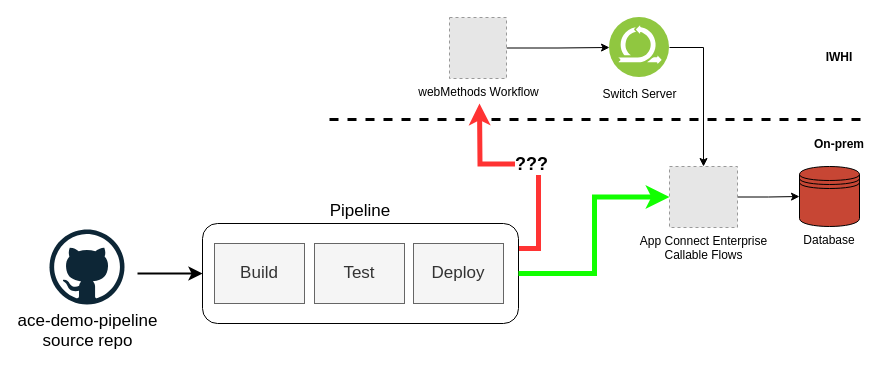
Before: demo-infrastructure/images/iwhi-diagram-with-pipeline.drawio in ot4i/ace-demo-pipeline, a draw.io diagram. Source tidied: cells renumbered, new cells numbered last; positions are measured from the earlier drawing's top-left corner, leaving out a move shared by most shapes. Both pictures are drawn from the tidied source at 100%, with x=0, y=0 at pixel (49, 17). Pictures stored in the file or linked from it are replaced by grey dashed boxes.
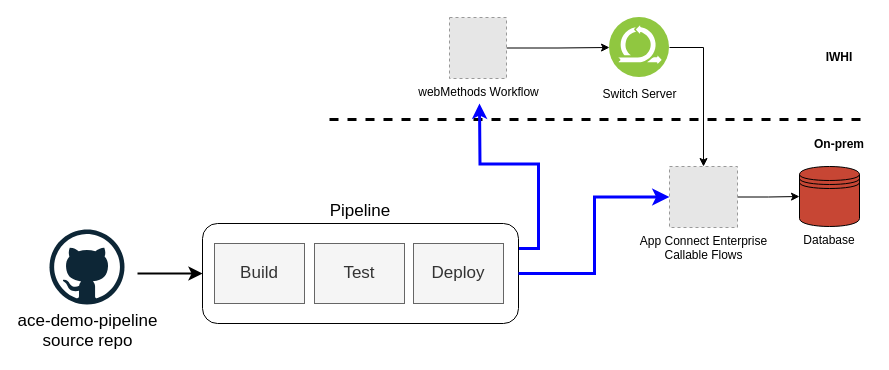
The same page after the edit.

Commit message (it also covers changes not shown here):
Updated pipeline diagram

The change refers to these unchanged cells:
```xml
<mxCell id="3" value="App Connect Enterprise&lt;div&gt;Callable Flows&lt;/div&gt;" style="fillColor=#E6E6E6;strokeColor=#999999;dashed=1;html=1;verticalLabelPosition=bottom;verticalAlign=top;" parent="1" vertex="1">
  <mxGeometry x="620" y="149" width="68" height="61" as="geometry" />
</mxCell>
<mxCell id="13" value="Pipeline" style="rounded=1;whiteSpace=wrap;html=1;fontSize=17;fontStyle=0;labelPosition=center;verticalLabelPosition=top;align=center;verticalAlign=bottom;" parent="1" vertex="1">
  <mxGeometry x="153" y="206" width="316" height="100" as="geometry" />
</mxCell>
```

The edit, as a diff of the source:
```diff
@@
-    <mxCell id="12" value="&lt;b&gt;&lt;font style=&quot;font-size: 18px;&quot;&gt;???&lt;/font&gt;&lt;/b&gt;" style="edgeStyle=orthogonalEdgeStyle;rounded=0;jettySize=auto;html=1;exitX=1;exitY=0.25;exitDx=0;exitDy=0;strokeColor=#FF3333;strokeWidth=5;" parent="1" edge="1" source="13">
+    <mxCell id="12" style="edgeStyle=orthogonalEdgeStyle;rounded=0;jettySize=auto;html=1;exitX=1;exitY=0.25;exitDx=0;exitDy=0;strokeColor=light-dark(#0000FF,#FF7777);strokeWidth=3;" parent="1" edge="1" source="13">
       <mxGeometry relative="1" as="geometry">
         <mxPoint x="430" y="86" as="targetPoint" />
       </mxGeometry>
     </mxCell>
@@
-    <mxCell id="19" style="edgeStyle=elbowEdgeStyle;elbow=horizontal;endArrow=classic;html=1;curved=0;rounded=0;endSize=8;startSize=8;exitX=1;exitY=0.5;exitDx=0;exitDy=0;strokeWidth=5;fontStyle=0;entryX=0;entryY=0.5;entryDx=0;entryDy=0;fillColor=#eeeeee;strokeColor=light-dark(#11ff00, #babdc0);" parent="1" edge="1" source="13" target="3">
+    <mxCell id="19" style="edgeStyle=elbowEdgeStyle;elbow=horizontal;endArrow=classic;html=1;curved=0;rounded=0;endSize=8;startSize=8;exitX=1;exitY=0.5;exitDx=0;exitDy=0;strokeWidth=3;fontStyle=0;entryX=0;entryY=0.5;entryDx=0;entryDy=0;fillColor=#eeeeee;strokeColor=light-dark(#0000FF,#FF7777);" parent="1" edge="1" source="13" target="3">
       <mxGeometry relative="1" as="geometry" />
     </mxCell>
```
